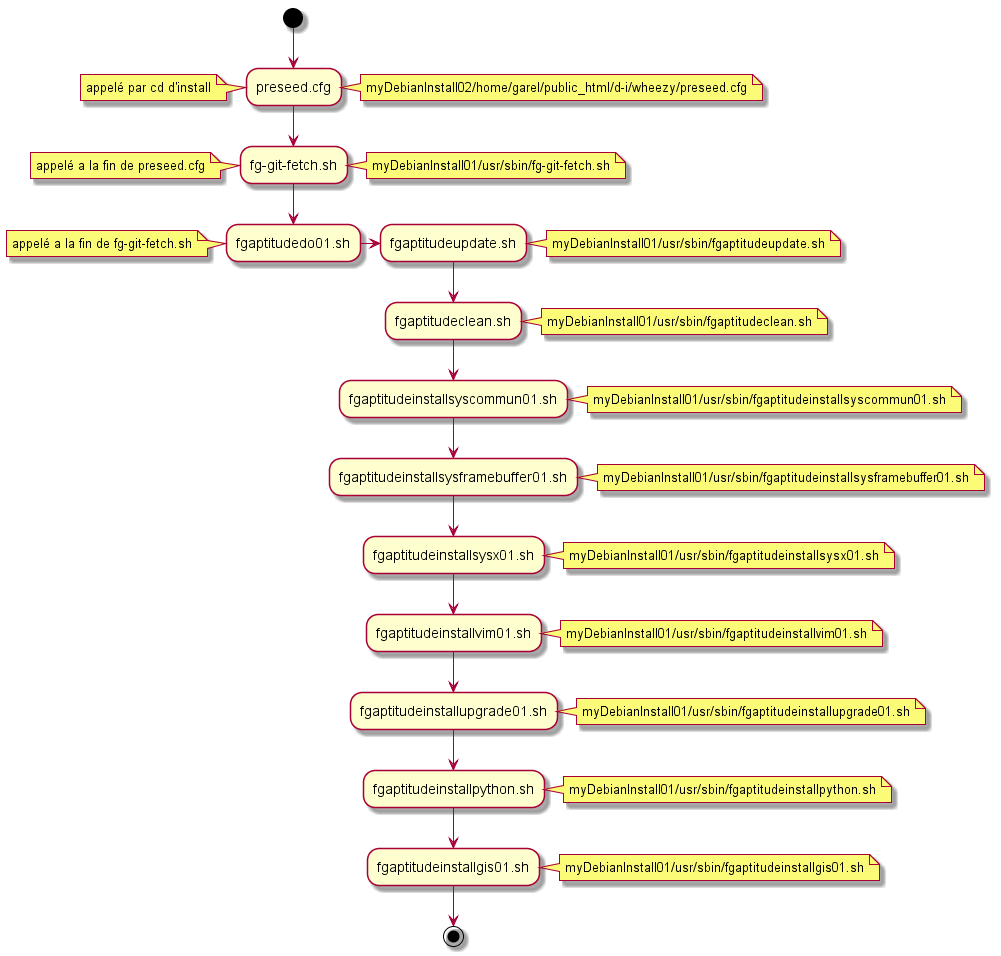
The PlantUML diagram usr/share/doc/fg/install.png in fgarel/myDebianInstall01, before a commit. The source it was exported from:
```plantuml
@startuml
(*) --> "preseed.cfg"
note right: myDebianInstall02/home/garel/public_html/d-i/wheezy/preseed.cfg
note left
  appelé par cd d'install
end note
"preseed.cfg" --> "fg-git-fetch.sh"
note right: myDebianInstall01/usr/sbin/fg-git-fetch.sh
note left
  appelé a la fin de preseed.cfg
end note
"fg-git-fetch.sh" --> "fgaptitudedo01.sh"
note left
  appelé a la fin de fg-git-fetch.sh
end note
"fgaptitudedo01.sh" -right-> "fgaptitudeupdate.sh"
note right: myDebianInstall01/usr/sbin/fgaptitudeupdate.sh
"fgaptitudeupdate.sh" --> "fgaptitudeclean.sh"
note right: myDebianInstall01/usr/sbin/fgaptitudeclean.sh
"fgaptitudeclean.sh" --> "fgaptitudeinstallsyscommun01.sh"
note right: myDebianInstall01/usr/sbin/fgaptitudeinstallsyscommun01.sh
"fgaptitudeinstallsyscommun01.sh" --> "fgaptitudeinstallsysframebuffer01.sh"
note right: myDebianInstall01/usr/sbin/fgaptitudeinstallsysframebuffer01.sh
"fgaptitudeinstallsysframebuffer01.sh" --> "fgaptitudeinstallsysx01.sh"
note right: myDebianInstall01/usr/sbin/fgaptitudeinstallsysx01.sh
"fgaptitudeinstallsysx01.sh" --> "fgaptitudeinstallvim01.sh"
note right: myDebianInstall01/usr/sbin/fgaptitudeinstallvim01.sh
"fgaptitudeinstallvim01.sh" --> "fgaptitudeinstallupgrade01.sh"
note right: myDebianInstall01/usr/sbin/fgaptitudeinstallupgrade01.sh
"fgaptitudeinstallupgrade01.sh" --> "fgaptitudeinstallpython.sh"
note right: myDebianInstall01/usr/sbin/fgaptitudeinstallpython.sh
"fgaptitudeinstallpython.sh" --> "fgaptitudeinstallgis01.sh"
note right: myDebianInstall01/usr/sbin/fgaptitudeinstallgis01.sh
"fgaptitudeinstallgis01.sh" --> (*)
@enduml
```
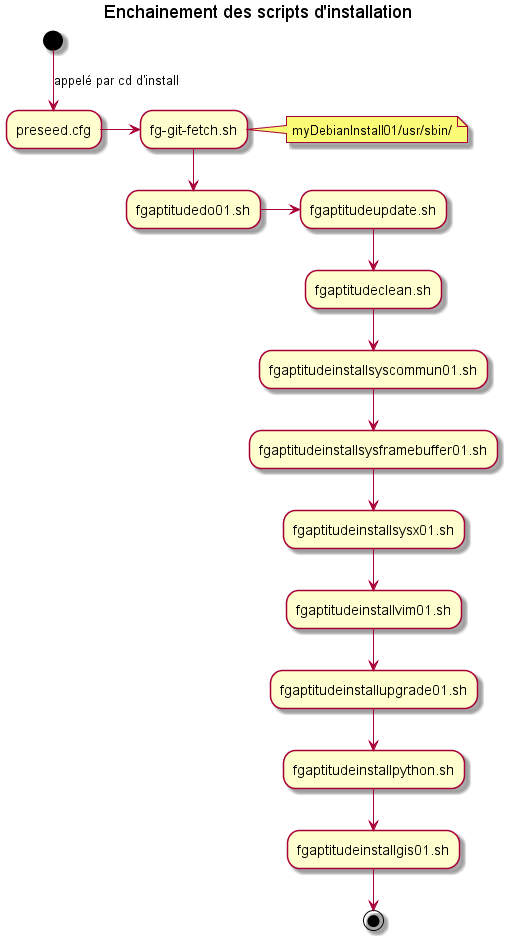
The same file after the commit.

What changed in the source:
```diff
@@ -1,35 +1,22 @@
 @startuml
-(*) --> "preseed.cfg"
-note right: myDebianInstall02/home/garel/public_html/d-i/wheezy/preseed.cfg
-note left
-  appelé par cd d'install
-end note
-"preseed.cfg" --> "fg-git-fetch.sh"
-note right: myDebianInstall01/usr/sbin/fg-git-fetch.sh
-note left
-  appelé a la fin de preseed.cfg
-end note
+title Enchainement des scripts d'installation
+
+(*) -->[appelé par cd d'install] "preseed.cfg"
+
+"preseed.cfg" -right-> "fg-git-fetch.sh"
+note right: myDebianInstall01/usr/sbin/
+
 "fg-git-fetch.sh" --> "fgaptitudedo01.sh"
-note left
-  appelé a la fin de fg-git-fetch.sh
-end note
+
 "fgaptitudedo01.sh" -right-> "fgaptitudeupdate.sh"
-note right: myDebianInstall01/usr/sbin/fgaptitudeupdate.sh
+
 "fgaptitudeupdate.sh" --> "fgaptitudeclean.sh"
-note right: myDebianInstall01/usr/sbin/fgaptitudeclean.sh
 "fgaptitudeclean.sh" --> "fgaptitudeinstallsyscommun01.sh"
-note right: myDebianInstall01/usr/sbin/fgaptitudeinstallsyscommun01.sh
 "fgaptitudeinstallsyscommun01.sh" --> "fgaptitudeinstallsysframebuffer01.sh"
-note right: myDebianInstall01/usr/sbin/fgaptitudeinstallsysframebuffer01.sh
 "fgaptitudeinstallsysframebuffer01.sh" --> "fgaptitudeinstallsysx01.sh"
-note right: myDebianInstall01/usr/sbin/fgaptitudeinstallsysx01.sh
 "fgaptitudeinstallsysx01.sh" --> "fgaptitudeinstallvim01.sh"
-note right: myDebianInstall01/usr/sbin/fgaptitudeinstallvim01.sh
 "fgaptitudeinstallvim01.sh" --> "fgaptitudeinstallupgrade01.sh"
-note right: myDebianInstall01/usr/sbin/fgaptitudeinstallupgrade01.sh
 "fgaptitudeinstallupgrade01.sh" --> "fgaptitudeinstallpython.sh"
-note right: myDebianInstall01/usr/sbin/fgaptitudeinstallpython.sh
 "fgaptitudeinstallpython.sh" --> "fgaptitudeinstallgis01.sh"
-note right: myDebianInstall01/usr/sbin/fgaptitudeinstallgis01.sh
 "fgaptitudeinstallgis01.sh" --> (*)
 @enduml
```
